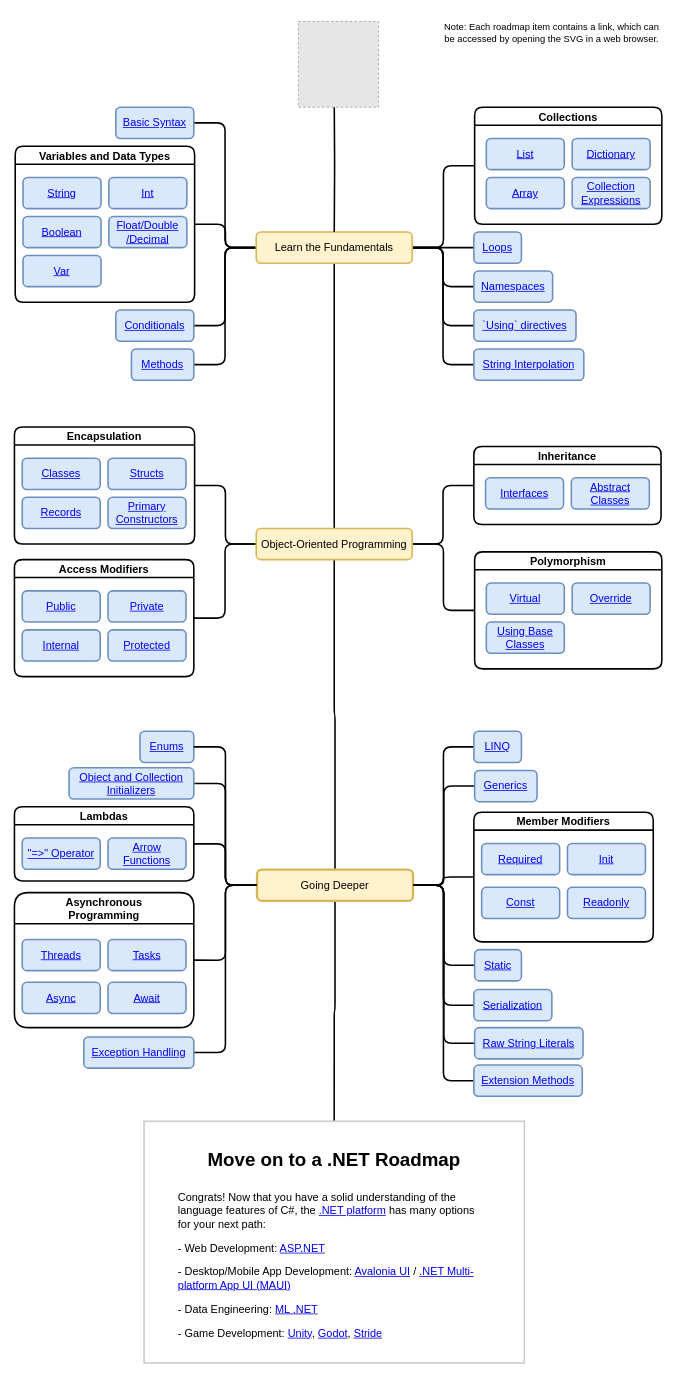
gridlocdev/csharp-learning-roadmap keeps this draw.io diagram as csharp-roadmap.drawio. Above is the earlier version. Source tidied: cells renumbered, new cells numbered last; positions are measured from the earlier drawing's top-left corner, leaving out a move shared by most shapes. Both pictures are drawn from the tidied source at 78%, with x=0, y=0 at pixel (14, 13). Pictures stored in the file or linked from it are replaced by grey dashed boxes.
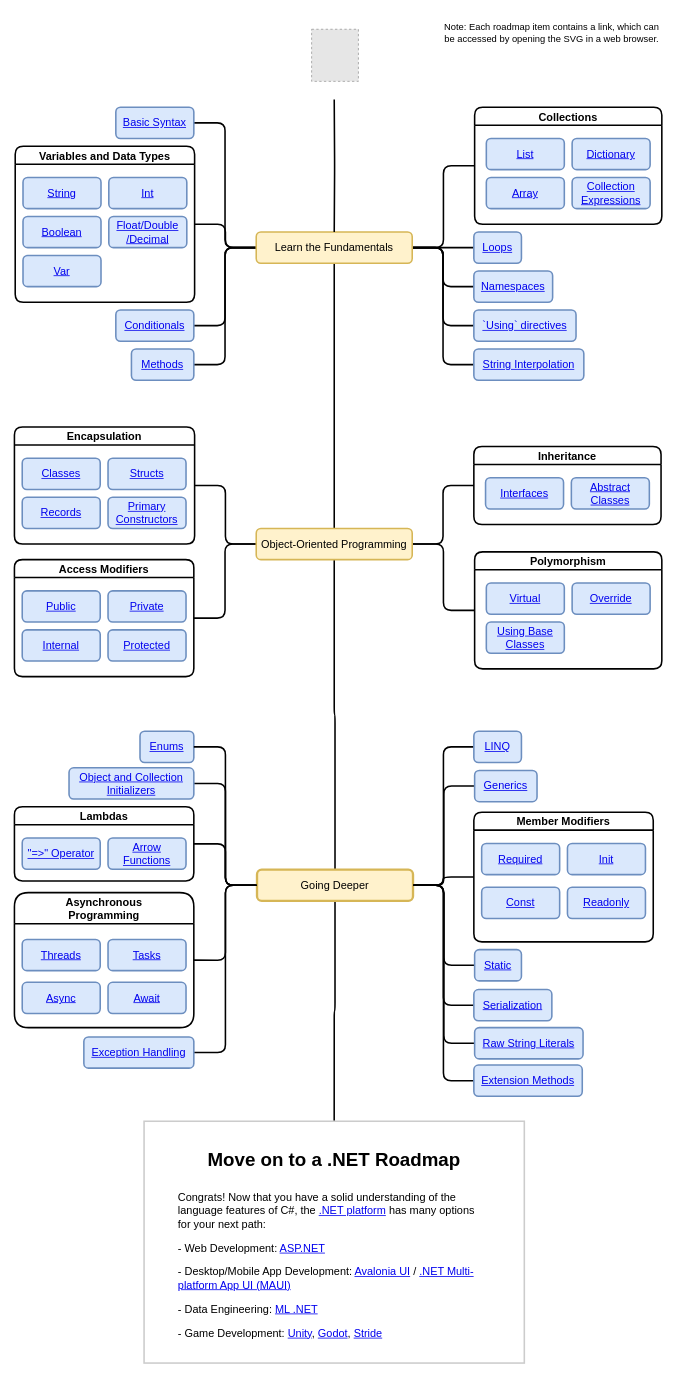
The same page after the edit.

Commit message:
Removed drop shadow from C# logo

What changed in the source:
```diff
@@
-    <mxCell id="92" style="fillColor=#E6E6E6;strokeColor=#999999;dashed=1;verticalLabelPosition=bottom;labelBackgroundColor=default;verticalAlign=top;" parent="1" vertex="1">
-      <mxGeometry x="364" y="10" width="102.7" height="110" as="geometry" />
-    </mxCell>
@@
+    <mxCell id="94" style="fillColor=#E6E6E6;strokeColor=#999999;dashed=1;verticalLabelPosition=bottom;labelBackgroundColor=default;verticalAlign=top;" parent="1" vertex="1">
+      <mxGeometry x="381" y="20" width="60" height="66.8" as="geometry" />
+    </mxCell>
```
